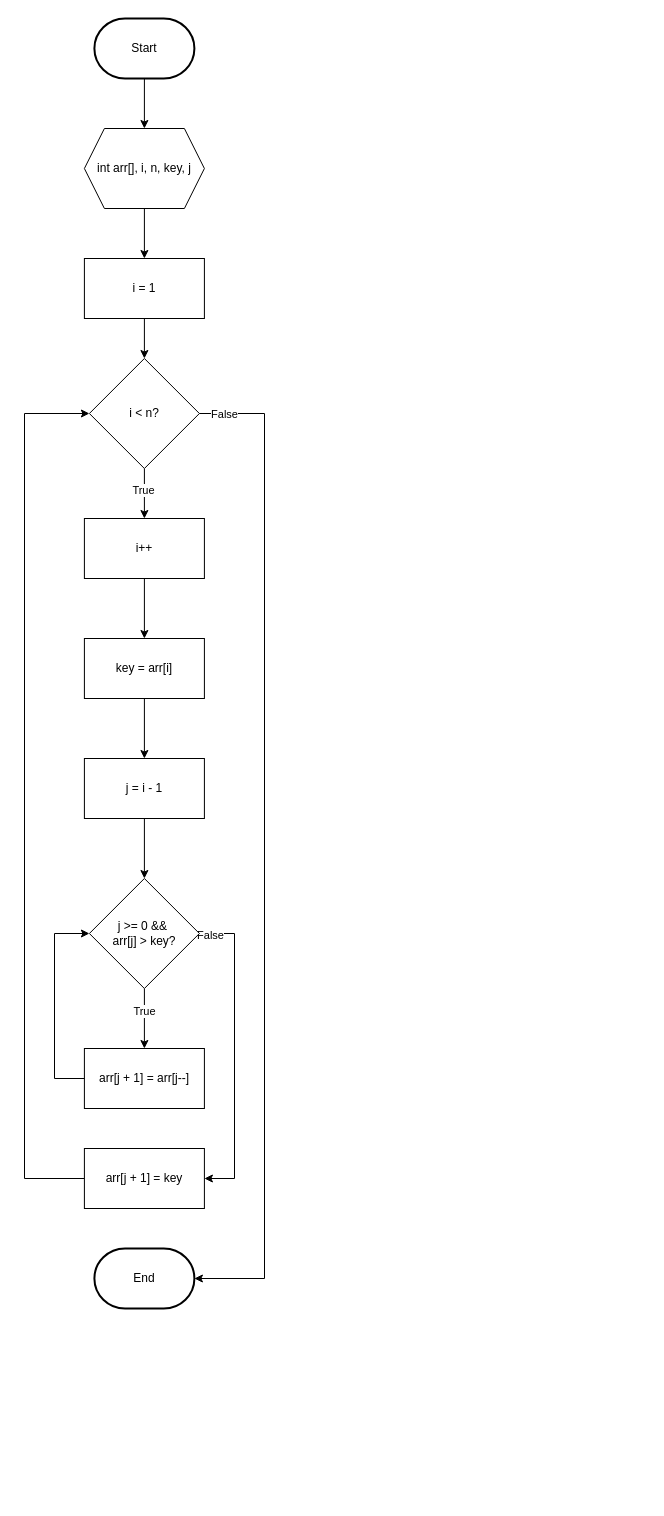
elikawicaksana/BuildIT_BasisData keeps this draw.io diagram as page "Insertion&BubbleSort" (1 of 7) of Flowchart Modul 3.drawio. Above is the earlier version. Source tidied: cells renumbered, new cells numbered last; positions are measured from the earlier drawing's top-left corner, leaving out a move shared by most shapes. Both pictures are drawn from the tidied source at 100%, with x=0, y=0 at pixel (24, 18).
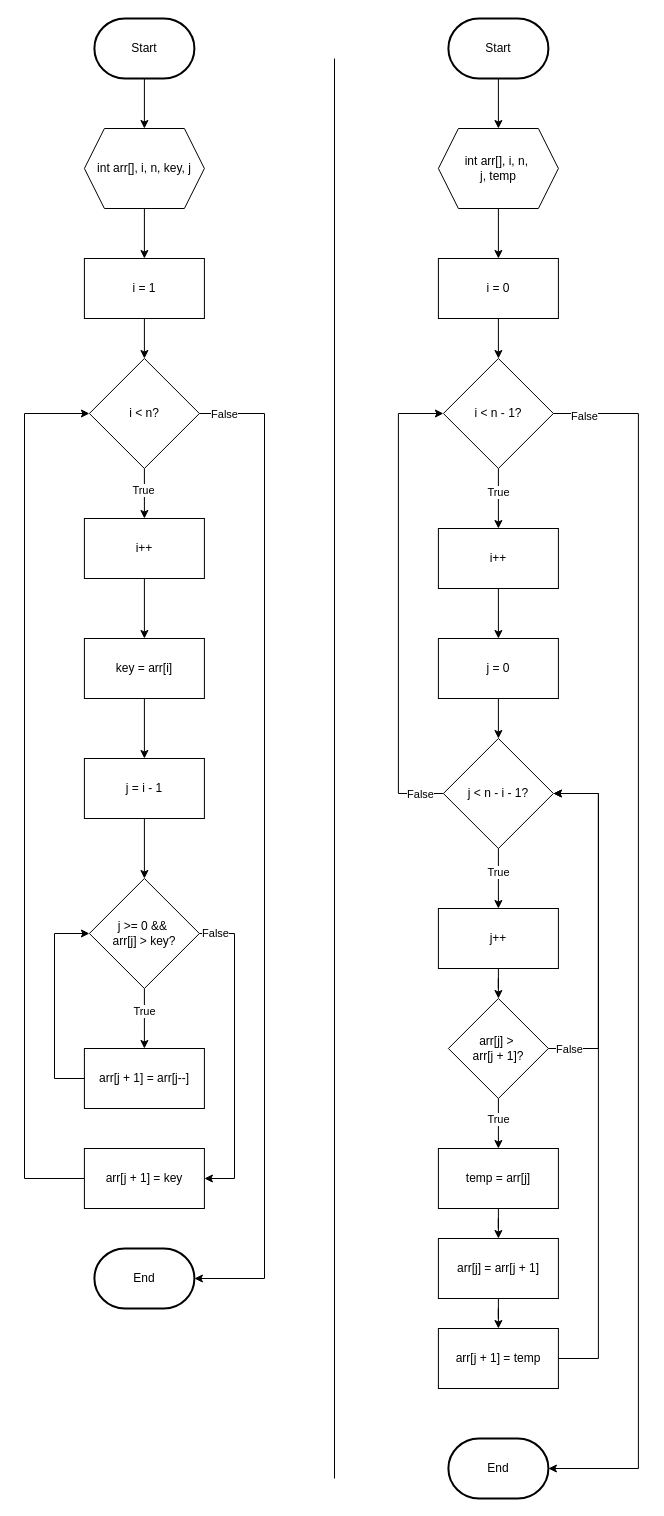
Above is the later version.

The change refers to these unchanged cells:
```xml
<mxCell id="19" style="edgeStyle=orthogonalEdgeStyle;rounded=0;jettySize=auto;html=1;entryX=1;entryY=0.5;entryDx=0;entryDy=0;" parent="1" edge="1" source="21" target="25">
  <mxGeometry relative="1" as="geometry">
    <Array as="points">
      <mxPoint x="210" y="915" />
      <mxPoint x="210" y="1160" />
    </Array>
  </mxGeometry>
</mxCell>
```

The edit, as a diff of the source:
```diff
@@
-    <mxCell id="20" value="False" style="edgeLabel;html=1;align=center;verticalAlign=middle;" parent="19" vertex="1">
-      <mxGeometry x="-0.93" y="-1" relative="1" as="geometry" />
-    </mxCell>
+    <mxCell id="29" value="False" style="edgeLabel;html=1;align=center;verticalAlign=middle;" parent="19" vertex="1">
+      <mxGeometry x="-0.9" y="1" relative="1" as="geometry" />
+    </mxCell>
@@
+    <mxCell id="30" style="edgeStyle=orthogonalEdgeStyle;rounded=0;jettySize=auto;html=1;entryX=0.5;entryY=0;entryDx=0;entryDy=0;" parent="1" edge="1" source="31" target="36">
+      <mxGeometry relative="1" as="geometry" />
+    </mxCell>
+    <mxCell id="31" value="Start" style="strokeWidth=2;html=1;shape=mxgraph.flowchart.terminator;whiteSpace=wrap;" parent="1" vertex="1">
+      <mxGeometry x="423.9" width="100" height="60" as="geometry" />
+    </mxCell>
+    <mxCell id="32" style="edgeStyle=orthogonalEdgeStyle;rounded=0;jettySize=auto;html=1;entryX=0.5;entryY=0;entryDx=0;entryDy=0;" parent="1" edge="1" source="34" target="40">
+      <mxGeometry relative="1" as="geometry" />
+    </mxCell>
+    <mxCell id="33" value="True" style="edgeLabel;html=1;align=center;verticalAlign=middle;" parent="32" vertex="1">
+      <mxGeometry x="-0.24" relative="1" as="geometry" />
+    </mxCell>
+    <mxCell id="34" value="i &amp;lt; n - 1?" style="rhombus;whiteSpace=wrap;html=1;" parent="1" vertex="1">
+      <mxGeometry x="418.9" y="340" width="110" height="110" as="geometry" />
+    </mxCell>
+    <mxCell id="35" style="edgeStyle=orthogonalEdgeStyle;rounded=0;jettySize=auto;html=1;entryX=0.5;entryY=0;entryDx=0;entryDy=0;" parent="1" edge="1" source="36" target="38">
+      <mxGeometry relative="1" as="geometry" />
+    </mxCell>
+    <mxCell id="36" value="int arr[], i, n,&amp;nbsp;&lt;div&gt;j, temp&lt;/div&gt;" style="shape=hexagon;perimeter=hexagonPerimeter2;whiteSpace=wrap;html=1;fixedSize=1;" parent="1" vertex="1">
+      <mxGeometry x="413.9" y="110" width="120" height="80" as="geometry" />
+    </mxCell>
+    <mxCell id="37" style="edgeStyle=orthogonalEdgeStyle;rounded=0;jettySize=auto;html=1;entryX=0.5;entryY=0;entryDx=0;entryDy=0;" parent="1" edge="1" source="38" target="34">
+      <mxGeometry relative="1" as="geometry" />
+    </mxCell>
+    <mxCell id="38" value="i = 0" style="rounded=0;whiteSpace=wrap;html=1;" parent="1" vertex="1">
+      <mxGeometry x="413.9" y="240" width="120" height="60" as="geometry" />
+    </mxCell>
+    <mxCell id="39" style="edgeStyle=orthogonalEdgeStyle;rounded=0;jettySize=auto;html=1;entryX=0.5;entryY=0;entryDx=0;entryDy=0;" parent="1" edge="1" source="40" target="50">
+      <mxGeometry relative="1" as="geometry" />
+    </mxCell>
+    <mxCell id="40" value="i++" style="rounded=0;whiteSpace=wrap;html=1;" parent="1" vertex="1">
+      <mxGeometry x="413.9" y="510" width="120" height="60" as="geometry" />
+    </mxCell>
+    <mxCell id="41" value="End" style="strokeWidth=2;html=1;shape=mxgraph.flowchart.terminator;whiteSpace=wrap;" parent="1" vertex="1">
+      <mxGeometry x="423.9" y="1420" width="100" height="60" as="geometry" />
+    </mxCell>
+    <mxCell id="42" style="edgeStyle=orthogonalEdgeStyle;rounded=0;jettySize=auto;html=1;entryX=1;entryY=0.5;entryDx=0;entryDy=0;entryPerimeter=0;" parent="1" edge="1" source="34" target="41">
+      <mxGeometry relative="1" as="geometry">
+        <Array as="points">
+          <mxPoint x="613.9" y="395" />
+          <mxPoint x="613.9" y="1450" />
+        </Array>
+      </mxGeometry>
+    </mxCell>
+    <mxCell id="43" value="False" style="edgeLabel;html=1;align=center;verticalAlign=middle;" parent="42" vertex="1">
+      <mxGeometry x="-0.95" y="-2" relative="1" as="geometry" />
+    </mxCell>
+    <mxCell id="44" style="edgeStyle=orthogonalEdgeStyle;rounded=0;jettySize=auto;html=1;entryX=0.5;entryY=0;entryDx=0;entryDy=0;" parent="1" edge="1" source="48" target="52">
+      <mxGeometry relative="1" as="geometry" />
+    </mxCell>
+    <mxCell id="45" value="True" style="edgeLabel;html=1;align=center;verticalAlign=middle;" parent="44" vertex="1">
+      <mxGeometry x="-0.24" relative="1" as="geometry" />
+    </mxCell>
+    <mxCell id="46" style="edgeStyle=orthogonalEdgeStyle;rounded=0;jettySize=auto;html=1;entryX=0;entryY=0.5;entryDx=0;entryDy=0;" parent="1" edge="1" source="48" target="34">
+      <mxGeometry relative="1" as="geometry">
+        <Array as="points">
+          <mxPoint x="373.9" y="775" />
+          <mxPoint x="373.9" y="395" />
+        </Array>
+      </mxGeometry>
+    </mxCell>
+    <mxCell id="47" value="False" style="edgeLabel;html=1;align=center;verticalAlign=middle;" parent="46" vertex="1">
+      <mxGeometry x="-0.9" relative="1" as="geometry" />
+    </mxCell>
+    <mxCell id="48" value="j &amp;lt; n - i - 1?" style="rhombus;whiteSpace=wrap;html=1;" parent="1" vertex="1">
+      <mxGeometry x="418.9" y="720" width="110" height="110" as="geometry" />
+    </mxCell>
+    <mxCell id="49" style="edgeStyle=orthogonalEdgeStyle;rounded=0;jettySize=auto;html=1;entryX=0.5;entryY=0;entryDx=0;entryDy=0;" parent="1" edge="1" source="50" target="48">
+      <mxGeometry relative="1" as="geometry" />
+    </mxCell>
+    <mxCell id="50" value="j = 0" style="rounded=0;whiteSpace=wrap;html=1;" parent="1" vertex="1">
+      <mxGeometry x="413.9" y="620" width="120" height="60" as="geometry" />
+    </mxCell>
+    <mxCell id="51" style="edgeStyle=orthogonalEdgeStyle;rounded=0;jettySize=auto;html=1;entryX=0.5;entryY=0;entryDx=0;entryDy=0;" parent="1" edge="1" source="52" target="57">
+      <mxGeometry relative="1" as="geometry" />
+    </mxCell>
+    <mxCell id="52" value="j++" style="rounded=0;whiteSpace=wrap;html=1;" parent="1" vertex="1">
+      <mxGeometry x="413.9" y="890" width="120" height="60" as="geometry" />
+    </mxCell>
+    <mxCell id="53" style="edgeStyle=orthogonalEdgeStyle;rounded=0;jettySize=auto;html=1;entryX=0.5;entryY=0;entryDx=0;entryDy=0;" parent="1" edge="1" source="57" target="59">
+      <mxGeometry relative="1" as="geometry" />
+    </mxCell>
+    <mxCell id="54" value="True" style="edgeLabel;html=1;align=center;verticalAlign=middle;" parent="53" vertex="1">
+      <mxGeometry x="-0.2" relative="1" as="geometry" />
+    </mxCell>
+    <mxCell id="55" style="edgeStyle=orthogonalEdgeStyle;rounded=0;jettySize=auto;html=1;entryX=1;entryY=0.5;entryDx=0;entryDy=0;exitX=1;exitY=0.5;exitDx=0;exitDy=0;" parent="1" edge="1" source="57" target="48">
+      <mxGeometry relative="1" as="geometry">
+        <Array as="points">
+          <mxPoint x="573.9" y="1030" />
+          <mxPoint x="573.9" y="775" />
+        </Array>
+      </mxGeometry>
+    </mxCell>
+    <mxCell id="56" value="False" style="edgeLabel;html=1;align=center;verticalAlign=middle;" parent="55" vertex="1">
+      <mxGeometry x="-0.88" relative="1" as="geometry" />
+    </mxCell>
+    <mxCell id="57" value="arr[j] &amp;gt;&amp;nbsp;&lt;div&gt;arr[j + 1]?&lt;/div&gt;" style="rhombus;whiteSpace=wrap;html=1;" parent="1" vertex="1">
+      <mxGeometry x="423.9" y="980" width="100" height="100" as="geometry" />
+    </mxCell>
+    <mxCell id="58" style="edgeStyle=orthogonalEdgeStyle;rounded=0;jettySize=auto;html=1;entryX=0.5;entryY=0;entryDx=0;entryDy=0;" parent="1" edge="1" source="59" target="61">
+      <mxGeometry relative="1" as="geometry" />
+    </mxCell>
+    <mxCell id="59" value="temp = arr[j]" style="rounded=0;whiteSpace=wrap;html=1;" parent="1" vertex="1">
+      <mxGeometry x="413.9" y="1130" width="120" height="60" as="geometry" />
+    </mxCell>
+    <mxCell id="60" style="edgeStyle=orthogonalEdgeStyle;rounded=0;jettySize=auto;html=1;entryX=0.5;entryY=0;entryDx=0;entryDy=0;" parent="1" edge="1" source="61" target="63">
+      <mxGeometry relative="1" as="geometry" />
+    </mxCell>
+    <mxCell id="61" value="arr[j] = arr[j + 1]" style="rounded=0;whiteSpace=wrap;html=1;" parent="1" vertex="1">
+      <mxGeometry x="413.9" y="1220" width="120" height="60" as="geometry" />
+    </mxCell>
+    <mxCell id="62" style="edgeStyle=orthogonalEdgeStyle;rounded=0;jettySize=auto;html=1;entryX=1;entryY=0.5;entryDx=0;entryDy=0;exitX=1;exitY=0.5;exitDx=0;exitDy=0;" parent="1" edge="1" source="63" target="48">
+      <mxGeometry relative="1" as="geometry">
+        <Array as="points">
+          <mxPoint x="573.9" y="1340" />
+          <mxPoint x="573.9" y="775" />
+        </Array>
+      </mxGeometry>
+    </mxCell>
+    <mxCell id="63" value="arr[j + 1] = temp" style="rounded=0;whiteSpace=wrap;html=1;" parent="1" vertex="1">
+      <mxGeometry x="413.9" y="1310" width="120" height="60" as="geometry" />
+    </mxCell>
+    <mxCell id="64" style="endArrow=none;html=1;rounded=0;" parent="1" edge="1">
+      <mxGeometry relative="1" as="geometry">
+        <mxPoint x="310" y="1460" as="sourcePoint" />
+        <mxPoint x="310" y="40" as="targetPoint" />
+      </mxGeometry>
+    </mxCell>
```
